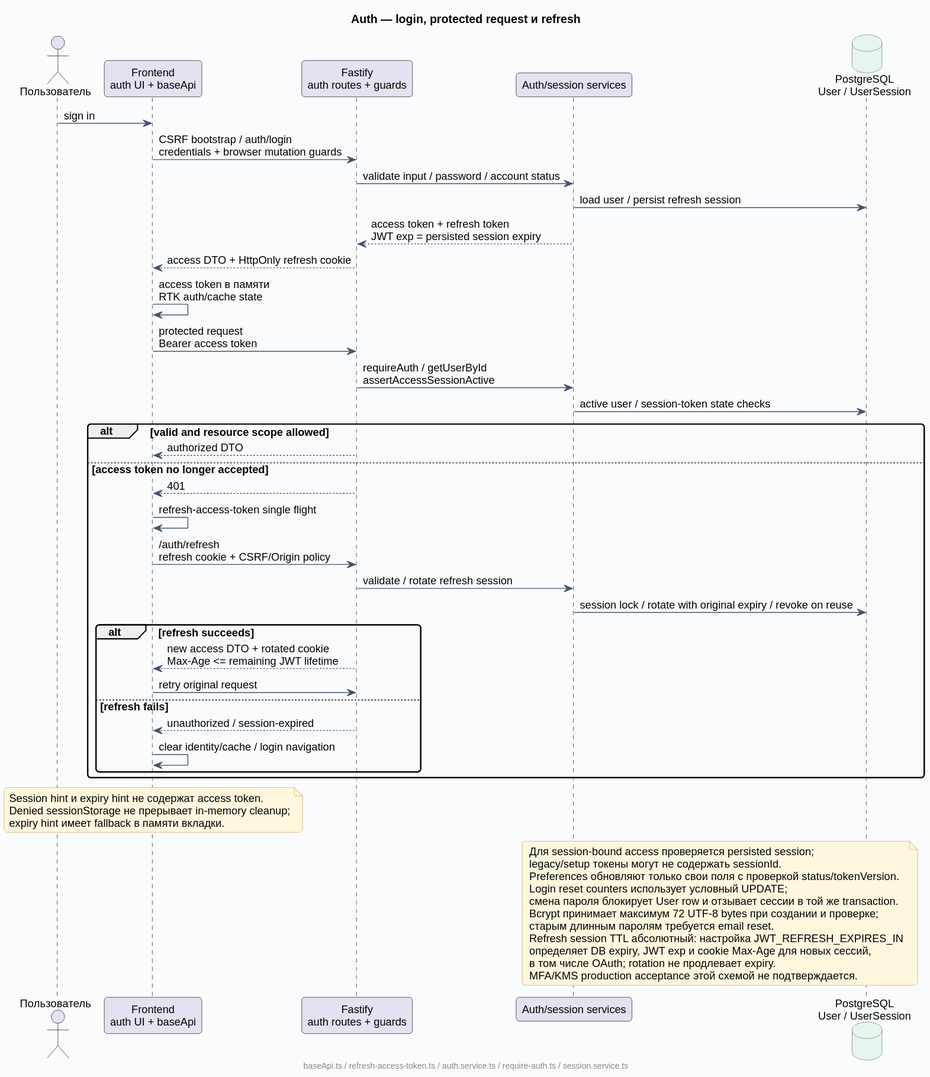
This is docs/diagrams/rendered/07-auth-session.svg from Dima163163/auto-care-hub, a PlantUML export, as it was before one commit. Its diagram source:
```plantuml
@startuml
!include _style.puml
title Auth — login, protected request и refresh
actor "Пользователь" as User
participant "Frontend\nauth UI + baseApi" as Front
participant "Fastify\nauth routes + guards" as API
participant "Auth/session services" as Auth
database "PostgreSQL\nUser / UserSession" as PG
User -> Front : sign in
Front -> API : CSRF bootstrap / auth/login\ncredentials + browser mutation guards
API -> Auth : validate input / password / account status
Auth -> PG : load user / persist refresh session
Auth --> API : access token + refresh token\nJWT exp = persisted session expiry
API --> Front : access DTO + HttpOnly refresh cookie
Front -> Front : access token в памяти\nRTK auth/cache state
Front -> API : protected request\nBearer access token
API -> Auth : requireAuth / getUserById\nassertAccessSessionActive
Auth -> PG : active user / session-token state checks
alt valid and resource scope allowed
  API --> Front : authorized DTO
else access token no longer accepted
  API --> Front : 401
  Front -> Front : refresh-access-token single flight
  Front -> API : /auth/refresh\nrefresh cookie + CSRF/Origin policy
  API -> Auth : validate / rotate refresh session
  Auth -> PG : session lock / rotate with original expiry / revoke on reuse
  alt refresh succeeds
    API --> Front : new access DTO + rotated cookie\nMax-Age <= remaining JWT lifetime
    Front -> API : retry original request
  else refresh fails
    API --> Front : unauthorized / session-expired
    Front -> Front : clear identity/cache / login navigation
  end
end
note over Front
  Session hint и expiry hint не содержат access token.
  Denied sessionStorage не прерывает in-memory cleanup;
  expiry hint имеет fallback в памяти вкладки.
end note
note over Auth, PG
  Для session-bound access проверяется persisted session;
  legacy/setup токены могут не содержать sessionId.
  Preferences обновляют только свои поля с проверкой status/tokenVersion.
  Login reset counters использует условный UPDATE;
  смена пароля блокирует User row и отзывает сессии в той же transaction.
  Bcrypt принимает максимум 72 UTF-8 bytes при создании и проверке;
  старым длинным паролям требуется email reset.
  Refresh session TTL абсолютный: настройка JWT_REFRESH_EXPIRES_IN
  определяет DB expiry, JWT exp и cookie Max-Age для новых сессий,
  в том числе OAuth; rotation не продлевает expiry.
  MFA/KMS production acceptance этой схемой не подтверждается.
end note
footer baseApi.ts / refresh-access-token.ts / auth.service.ts / require-auth.ts / session.service.ts
@enduml
```
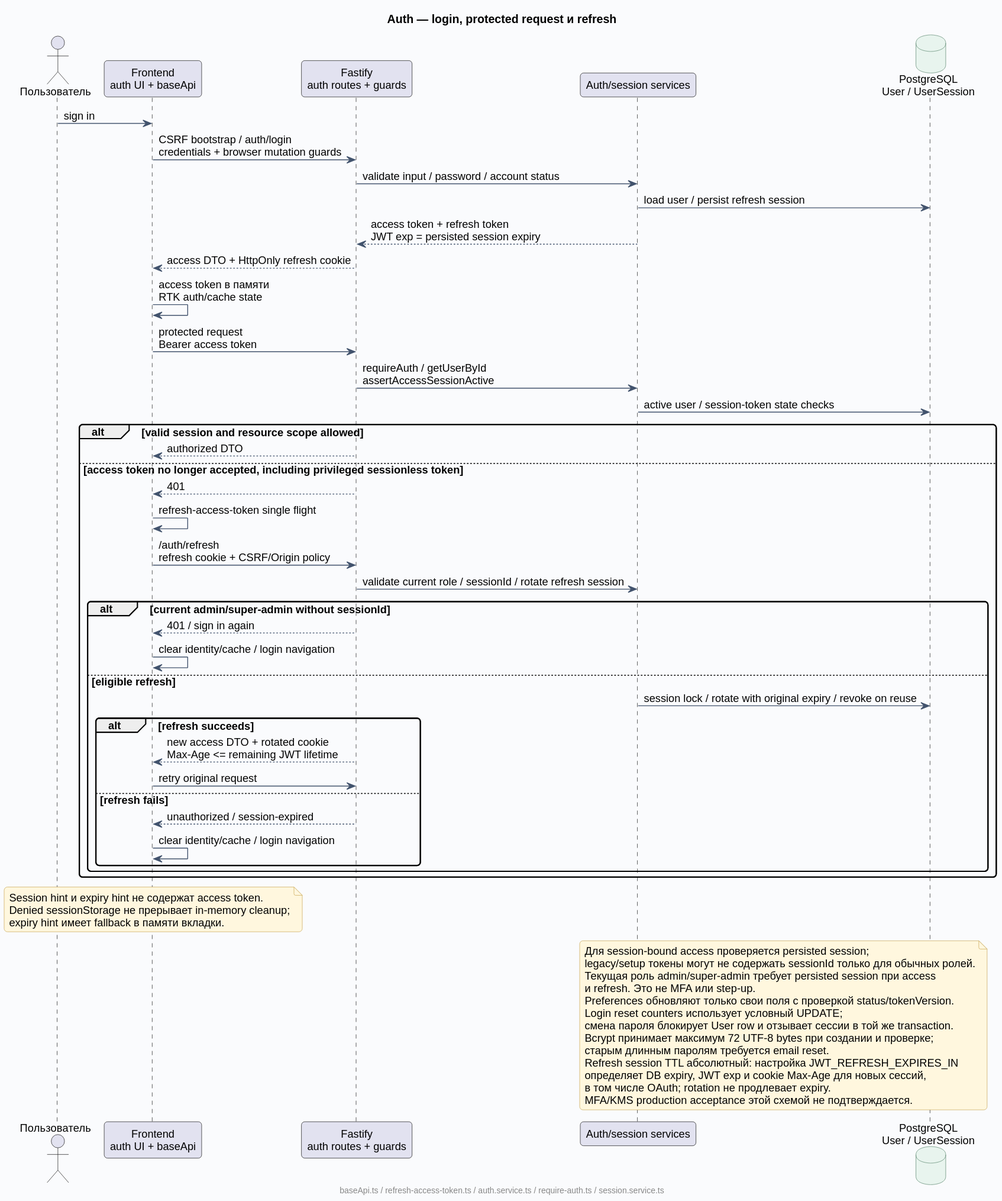
After the commit.

Commit message:
security: require persisted sessions for privileged tokens

Change to the diagram source:
```diff
@@ -16,20 +16,25 @@
 Front -> API : protected request\nBearer access token
 API -> Auth : requireAuth / getUserById\nassertAccessSessionActive
 Auth -> PG : active user / session-token state checks
-alt valid and resource scope allowed
+alt valid session and resource scope allowed
   API --> Front : authorized DTO
-else access token no longer accepted
+else access token no longer accepted, including privileged sessionless token
   API --> Front : 401
   Front -> Front : refresh-access-token single flight
   Front -> API : /auth/refresh\nrefresh cookie + CSRF/Origin policy
-  API -> Auth : validate / rotate refresh session
-  Auth -> PG : session lock / rotate with original expiry / revoke on reuse
-  alt refresh succeeds
-    API --> Front : new access DTO + rotated cookie\nMax-Age <= remaining JWT lifetime
-    Front -> API : retry original request
-  else refresh fails
-    API --> Front : unauthorized / session-expired
+  API -> Auth : validate current role / sessionId / rotate refresh session
+  alt current admin/super-admin without sessionId
+    API --> Front : 401 / sign in again
     Front -> Front : clear identity/cache / login navigation
+  else eligible refresh
+    Auth -> PG : session lock / rotate with original expiry / revoke on reuse
+    alt refresh succeeds
+      API --> Front : new access DTO + rotated cookie\nMax-Age <= remaining JWT lifetime
+      Front -> API : retry original request
+    else refresh fails
+      API --> Front : unauthorized / session-expired
+      Front -> Front : clear identity/cache / login navigation
+    end
   end
 end
 note over Front
@@ -39,7 +44,9 @@
 end note
 note over Auth, PG
   Для session-bound access проверяется persisted session;
-  legacy/setup токены могут не содержать sessionId.
+  legacy/setup токены могут не содержать sessionId только для обычных ролей.
+  Текущая роль admin/super-admin требует persisted session при access
+  и refresh. Это не MFA или step-up.
   Preferences обновляют только свои поля с проверкой status/tokenVersion.
   Login reset counters использует условный UPDATE;
   смена пароля блокирует User row и отзывает сессии в той же transaction.
```
